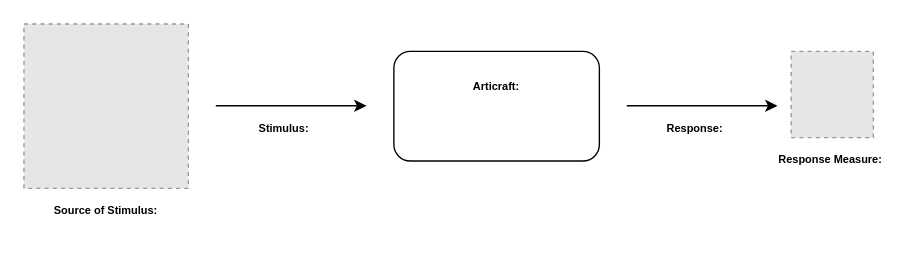
Above: diagrams/Usability.drawio in YuhangChan/Diagrams (draw.io), before the change. Source tidied: cells renumbered, new cells numbered last; positions are measured from the earlier drawing's top-left corner, leaving out a move shared by most shapes. Both pictures are drawn from the tidied source at 137%, with x=0, y=0 at pixel (23, 23). Pictures stored in the file or linked from it are replaced by grey dashed boxes.
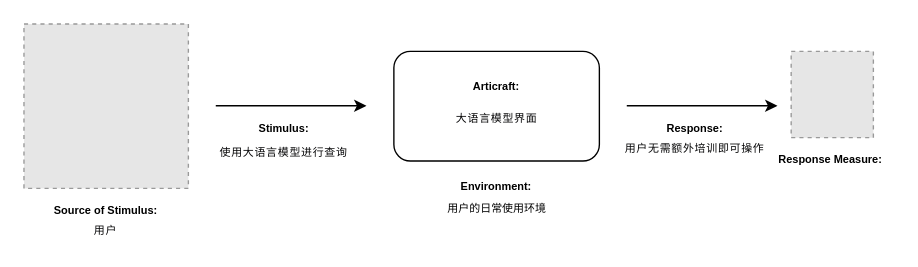
The same page after the edit.

Change to the diagram source:
```diff
@@
 <mxGraphModel>
   <root>
     <mxCell id="0" />
     <mxCell id="1" parent="0" />
     <mxCell id="2" style="endArrow=classic;html=1;rounded=0;" parent="1" edge="1">
       <mxGeometry relative="1" as="geometry">
         <mxPoint x="140" y="59.7" as="sourcePoint" />
         <mxPoint x="250" y="59.7" as="targetPoint" />
       </mxGeometry>
     </mxCell>
     <mxCell id="3" style="fillColor=#E6E6E6;strokeColor=#999999;dashed=1;verticalLabelPosition=bottom;labelBackgroundColor=default;verticalAlign=top;" parent="1" vertex="1">
       <mxGeometry width="120" height="120" as="geometry" />
     </mxCell>
     <mxCell id="4" value="&lt;font style=&quot;font-size: 8px;&quot;&gt;Source of Stimulus:&lt;/font&gt;" style="text;html=1;align=center;verticalAlign=middle;whiteSpace=wrap;rounded=0;fontStyle=1;" parent="1" vertex="1">
       <mxGeometry x="20" y="120" width="80" height="30" as="geometry" />
     </mxCell>
     <mxCell id="5" value="&lt;font style=&quot;font-size: 8px;&quot;&gt;Stimulus:&lt;/font&gt;" style="text;html=1;align=center;verticalAlign=middle;whiteSpace=wrap;rounded=0;fontStyle=1;" parent="1" vertex="1">
       <mxGeometry x="150" y="60" width="80" height="30" as="geometry" />
     </mxCell>
     <mxCell id="6" style="rounded=1;whiteSpace=wrap;html=1;" parent="1" vertex="1">
       <mxGeometry x="270" y="20" width="150" height="80" as="geometry" />
     </mxCell>
     <mxCell id="7" value="&lt;font style=&quot;font-size: 8px;&quot;&gt;Articraft:&lt;/font&gt;" style="text;html=1;align=center;verticalAlign=middle;whiteSpace=wrap;rounded=0;fontStyle=1;" parent="1" vertex="1">
       <mxGeometry x="305" y="30" width="80" height="30" as="geometry" />
     </mxCell>
     <mxCell id="8" style="endArrow=classic;html=1;rounded=0;" parent="1" edge="1">
       <mxGeometry relative="1" as="geometry">
         <mxPoint x="440" y="59.7" as="sourcePoint" />
         <mxPoint x="550" y="59.7" as="targetPoint" />
       </mxGeometry>
     </mxCell>
     <mxCell id="9" value="&lt;font style=&quot;font-size: 8px;&quot;&gt;Response:&lt;/font&gt;" style="text;html=1;align=center;verticalAlign=middle;whiteSpace=wrap;rounded=0;fontStyle=1;" parent="1" vertex="1">
       <mxGeometry x="450" y="60" width="80" height="30" as="geometry" />
     </mxCell>
     <mxCell id="10" style="fillColor=#E6E6E6;strokeColor=#999999;dashed=1;verticalLabelPosition=bottom;labelBackgroundColor=default;verticalAlign=top;" parent="1" vertex="1">
       <mxGeometry x="560" y="20" width="60" height="63" as="geometry" />
     </mxCell>
     <mxCell id="11" value="&lt;font style=&quot;font-size: 8px;&quot;&gt;Response Measure:&amp;nbsp;&lt;/font&gt;" style="text;html=1;align=center;verticalAlign=middle;whiteSpace=wrap;rounded=0;fontStyle=1;" parent="1" vertex="1">
       <mxGeometry x="545" y="83" width="90" height="30" as="geometry" />
     </mxCell>
+    <mxCell id="12" value="&lt;span style=&quot;color: rgb(6, 6, 7); font-family: -apple-system, blinkmacsystemfont, &amp;quot;Helvetica Neue&amp;quot;, helvetica, &amp;quot;segoe ui&amp;quot;, arial, roboto, &amp;quot;PingFang SC&amp;quot;, miui, &amp;quot;Hiragino Sans GB&amp;quot;, &amp;quot;Microsoft Yahei&amp;quot;, sans-serif; font-size: 8px; letter-spacing: 0.5px; text-align: start; background-color: rgb(255, 255, 255);&quot;&gt;用户&lt;/span&gt;" style="text;html=1;align=center;verticalAlign=middle;whiteSpace=wrap;rounded=0;" parent="1" vertex="1">
+      <mxGeometry x="35" y="140" width="50" height="20" as="geometry" />
+    </mxCell>
+    <mxCell id="13" value="&lt;div style=&quot;text-align: start;&quot;&gt;&lt;span style=&quot;background-color: initial; font-size: 8px; letter-spacing: 0.5px;&quot;&gt;&lt;font face=&quot;-apple-system, blinkmacsystemfont, Helvetica Neue, helvetica, segoe ui, arial, roboto, PingFang SC, miui, Hiragino Sans GB, Microsoft Yahei, sans-serif&quot; color=&quot;#060607&quot;&gt;使用大语言模型进行查询&lt;/font&gt;&lt;/span&gt;&lt;/div&gt;" style="text;html=1;align=center;verticalAlign=middle;whiteSpace=wrap;rounded=0;" parent="1" vertex="1">
+      <mxGeometry x="140" y="83" width="100" height="20" as="geometry" />
+    </mxCell>
+    <mxCell id="14" value="&lt;span style=&quot;color: rgb(6, 6, 7); font-family: -apple-system, blinkmacsystemfont, &amp;quot;Helvetica Neue&amp;quot;, helvetica, &amp;quot;segoe ui&amp;quot;, arial, roboto, &amp;quot;PingFang SC&amp;quot;, miui, &amp;quot;Hiragino Sans GB&amp;quot;, &amp;quot;Microsoft Yahei&amp;quot;, sans-serif; font-size: 8px; letter-spacing: 0.5px; text-align: start; background-color: rgb(255, 255, 255);&quot;&gt;大语言模型界面&lt;/span&gt;" style="text;html=1;align=center;verticalAlign=middle;whiteSpace=wrap;rounded=0;" parent="1" vertex="1">
+      <mxGeometry x="312.5" y="53" width="65" height="30" as="geometry" />
+    </mxCell>
+    <mxCell id="15" value="&lt;font style=&quot;font-size: 8px;&quot;&gt;Environment:&lt;/font&gt;" style="text;html=1;align=center;verticalAlign=middle;whiteSpace=wrap;rounded=0;fontStyle=1;" parent="1" vertex="1">
+      <mxGeometry x="305" y="103" width="80" height="30" as="geometry" />
+    </mxCell>
+    <mxCell id="16" value="用户的日常使用环境" style="text;html=1;align=center;verticalAlign=middle;whiteSpace=wrap;rounded=0;fontSize=8;" parent="1" vertex="1">
+      <mxGeometry x="303.8" y="130" width="82.5" height="10" as="geometry" />
+    </mxCell>
+    <mxCell id="17" value="&lt;span style=&quot;color: rgb(6, 6, 7); font-family: -apple-system, blinkmacsystemfont, &amp;quot;Helvetica Neue&amp;quot;, helvetica, &amp;quot;segoe ui&amp;quot;, arial, roboto, &amp;quot;PingFang SC&amp;quot;, miui, &amp;quot;Hiragino Sans GB&amp;quot;, &amp;quot;Microsoft Yahei&amp;quot;, sans-serif; font-size: 8px; font-style: normal; font-variant-ligatures: normal; font-variant-caps: normal; font-weight: 400; letter-spacing: 0.5px; orphans: 2; text-indent: 0px; text-transform: none; widows: 2; word-spacing: 0px; -webkit-text-stroke-width: 0px; white-space: normal; background-color: rgb(255, 255, 255); text-decoration-thickness: initial; text-decoration-style: initial; text-decoration-color: initial; float: none; display: inline !important;&quot;&gt;用户无需额外培训即可操作&lt;/span&gt;" style="text;whiteSpace=wrap;html=1;align=center;fontSize=8;" parent="1" vertex="1">
+      <mxGeometry x="430" y="80" width="120" height="20" as="geometry" />
+    </mxCell>
   </root>
 </mxGraphModel>
```
